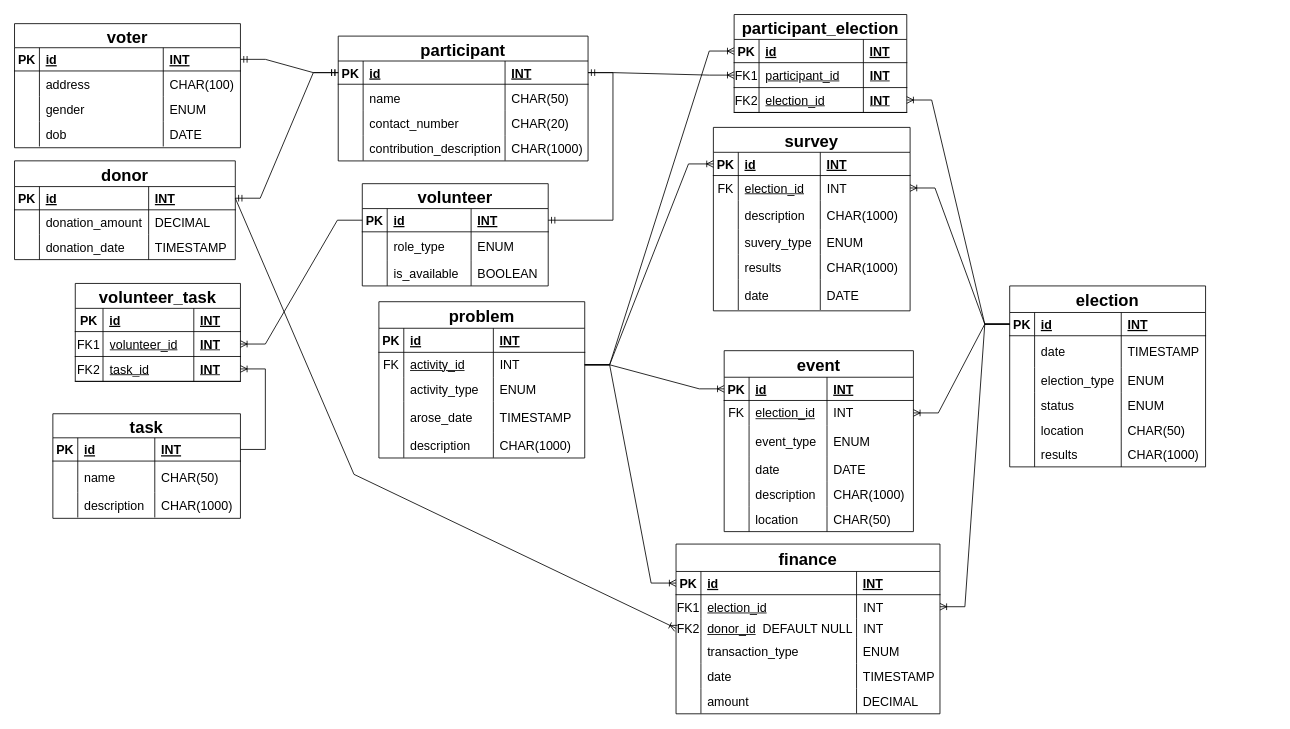
GiorgiEz/DB-modeling keeps this draw.io diagram as PoliticalCampaign.drawio. Above is the earlier version. Source tidied: cells renumbered, new cells numbered last; positions are measured from the earlier drawing's top-left corner, leaving out a move shared by most shapes. Both pictures are drawn from the tidied source at 83%, with x=0, y=0 at pixel (14, 14).
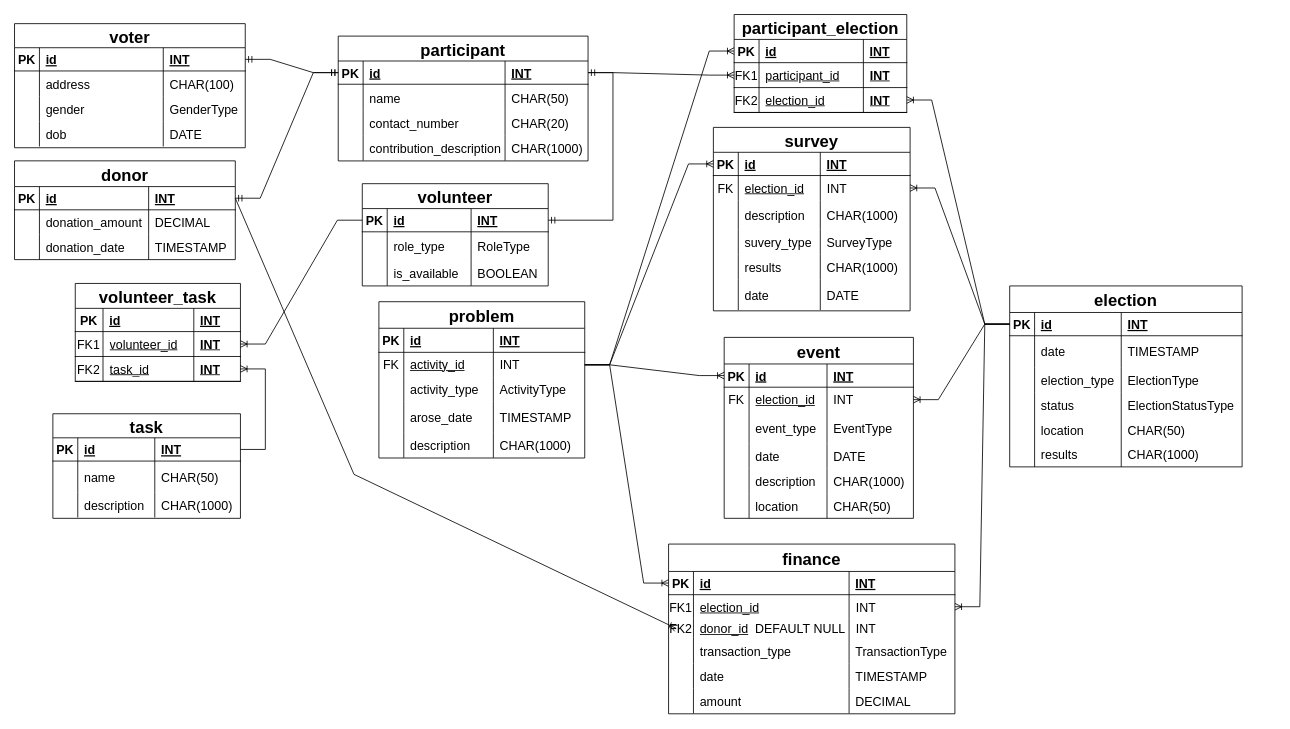
The same diagram, later.

Commit message:
specified enum types

The change refers to these unchanged cells:
```xml
<mxCell id="62" style="shape=partialRectangle;fillColor=none;top=0;left=0;right=0;bottom=0;" parent="57" vertex="1">
  <mxGeometry y="58" width="224" height="35" as="geometry" />
</mxCell>
<mxCell id="107" style="shape=partialRectangle;fillColor=none;top=0;left=0;right=0;bottom=0;" parent="98" vertex="1">
  <mxGeometry y="90" width="228" height="38" as="geometry" />
</mxCell>
<mxCell id="161" style="shape=tableRow;horizontal=0;startSize=0;swimlaneHead=0;swimlaneBody=0;fillColor=none;top=0;left=0;right=0;bottom=0;" parent="148" vertex="1">
  <mxGeometry y="123" width="237" height="30" as="geometry" />
</mxCell>
<mxCell id="221" style="shape=tableRow;horizontal=0;startSize=0;swimlaneHead=0;swimlaneBody=0;fillColor=none;top=0;left=0;right=0;bottom=0;" parent="212" vertex="1">
  <mxGeometry y="91" width="248" height="29" as="geometry" />
</mxCell>
```

Diff of the diagram source:
```diff
@@
     <mxCell id="2" value="election" style="shape=table;startSize=32;childLayout=tableLayout;rowLines=0;fontStyle=1;align=center;fillColor=#FFFFFF;strokeColor=#000000;fontSize=20;direction=east;flipH=0;flipV=0;" parent="1" vertex="1">
-      <mxGeometry x="1199" y="327" width="236" height="218" as="geometry" />
+      <mxGeometry x="1199" y="327" width="280" height="218" as="geometry" />
     </mxCell>
     <mxCell id="3" style="shape=partialRectangle;fillColor=none;points=[[0,0.5],[1,0.5]];portConstraint=eastwest;top=0;left=0;right=0;bottom=1;" parent="2" vertex="1">
-      <mxGeometry y="32" width="236" height="28" as="geometry" />
+      <mxGeometry y="32" width="280" height="28" as="geometry" />
     </mxCell>
@@
     <mxCell id="6" value="INT" style="shape=partialRectangle;overflow=hidden;fillColor=none;top=0;left=0;bottom=0;right=0;align=left;spacingLeft=6;fontStyle=5;fontSize=15;" parent="3" vertex="1">
-      <mxGeometry x="134.4" width="101.6" height="28" as="geometry" />
+      <mxGeometry x="134.4" width="145.6" height="28" as="geometry" />
     </mxCell>
     <mxCell id="7" style="shape=partialRectangle;fillColor=none;top=0;left=0;right=0;bottom=0;" parent="2" vertex="1">
-      <mxGeometry y="60" width="236" height="38" as="geometry" />
+      <mxGeometry y="60" width="280" height="38" as="geometry" />
     </mxCell>
@@
     <mxCell id="10" value="TIMESTAMP" style="shape=partialRectangle;overflow=hidden;fillColor=none;top=0;left=0;bottom=0;right=0;align=left;spacingLeft=6;fontColor=#000000;labelBackgroundColor=none;fontSize=15;" parent="7" vertex="1">
-      <mxGeometry x="134.4" width="101.6" height="38" as="geometry" />
+      <mxGeometry x="134.4" width="145.6" height="38" as="geometry" />
     </mxCell>
     <mxCell id="11" style="shape=tableRow;horizontal=0;startSize=0;swimlaneHead=0;swimlaneBody=0;fillColor=none;top=0;left=0;right=0;bottom=0;" parent="2" vertex="1">
-      <mxGeometry y="98" width="236" height="30" as="geometry" />
+      <mxGeometry y="98" width="280" height="30" as="geometry" />
     </mxCell>
@@
-    <mxCell id="14" value="ENUM" style="shape=partialRectangle;fillColor=none;top=0;left=0;bottom=0;right=0;align=left;spacingLeft=6;overflow=hidden;fontSize=15;" parent="11" vertex="1">
-      <mxGeometry x="134.4" width="101.6" height="30" as="geometry" />
+    <mxCell id="14" value="ElectionType" style="shape=partialRectangle;fillColor=none;top=0;left=0;bottom=0;right=0;align=left;spacingLeft=6;overflow=hidden;fontSize=15;" parent="11" vertex="1">
+      <mxGeometry x="134.4" width="145.6" height="30" as="geometry" />
     </mxCell>
     <mxCell id="15" style="shape=tableRow;horizontal=0;startSize=0;swimlaneHead=0;swimlaneBody=0;fillColor=none;top=0;left=0;right=0;bottom=0;" parent="2" vertex="1">
-      <mxGeometry y="128" width="236" height="30" as="geometry" />
+      <mxGeometry y="128" width="280" height="30" as="geometry" />
     </mxCell>
@@
-    <mxCell id="18" value="ENUM" style="shape=partialRectangle;fillColor=none;top=0;left=0;bottom=0;right=0;align=left;spacingLeft=6;overflow=hidden;fontSize=15;" parent="15" vertex="1">
-      <mxGeometry x="134.4" width="101.6" height="30" as="geometry" />
+    <mxCell id="18" value="ElectionStatusType" style="shape=partialRectangle;fillColor=none;top=0;left=0;bottom=0;right=0;align=left;spacingLeft=6;overflow=hidden;fontSize=15;" parent="15" vertex="1">
+      <mxGeometry x="134.4" width="145.6" height="30" as="geometry" />
     </mxCell>
     <mxCell id="19" style="shape=tableRow;horizontal=0;startSize=0;swimlaneHead=0;swimlaneBody=0;fillColor=none;top=0;left=0;right=0;bottom=0;" parent="2" vertex="1">
-      <mxGeometry y="158" width="236" height="30" as="geometry" />
+      <mxGeometry y="158" width="280" height="30" as="geometry" />
     </mxCell>
@@
     <mxCell id="22" value="CHAR(50)" style="shape=partialRectangle;fillColor=none;top=0;left=0;bottom=0;right=0;align=left;spacingLeft=6;overflow=hidden;fontSize=15;" parent="19" vertex="1">
-      <mxGeometry x="134.4" width="101.6" height="30" as="geometry" />
+      <mxGeometry x="134.4" width="145.6" height="30" as="geometry" />
     </mxCell>
     <mxCell id="23" style="shape=tableRow;horizontal=0;startSize=0;swimlaneHead=0;swimlaneBody=0;fillColor=none;top=0;left=0;right=0;bottom=0;" parent="2" vertex="1">
-      <mxGeometry y="188" width="236" height="30" as="geometry" />
+      <mxGeometry y="188" width="280" height="30" as="geometry" />
     </mxCell>
@@
     <mxCell id="26" value="CHAR(1000)" style="shape=partialRectangle;fillColor=none;top=0;left=0;bottom=0;right=0;align=left;spacingLeft=6;overflow=hidden;fontSize=15;" parent="23" vertex="1">
-      <mxGeometry x="134.4" width="101.6" height="30" as="geometry" />
+      <mxGeometry x="134.4" width="145.6" height="30" as="geometry" />
     </mxCell>
     <mxCell id="27" value="voter" style="shape=table;startSize=29;childLayout=tableLayout;rowLines=0;fontStyle=1;align=center;fillColor=#FFFFFF;strokeColor=#000000;fontSize=20;direction=east;flipH=0;flipV=0;" parent="1" vertex="1">
-      <mxGeometry y="11" width="272.2" height="149.5" as="geometry" />
+      <mxGeometry y="11" width="278" height="149.5" as="geometry" />
     </mxCell>
     <mxCell id="28" style="shape=partialRectangle;fillColor=none;points=[[0,0.5],[1,0.5]];portConstraint=eastwest;top=0;left=0;right=0;bottom=1;" parent="27" vertex="1">
-      <mxGeometry y="29" width="272.2" height="28" as="geometry" />
+      <mxGeometry y="29" width="278" height="28" as="geometry" />
     </mxCell>
@@
     <mxCell id="31" value="INT" style="shape=partialRectangle;overflow=hidden;fillColor=none;top=0;left=0;bottom=0;right=0;align=left;spacingLeft=6;fontStyle=5;fontSize=15;" parent="28" vertex="1">
-      <mxGeometry x="179.2" width="93" height="28" as="geometry" />
+      <mxGeometry x="179.2" width="98.8" height="28" as="geometry" />
     </mxCell>
     <mxCell id="32" style="shape=tableRow;horizontal=0;startSize=0;swimlaneHead=0;swimlaneBody=0;fillColor=none;top=0;left=0;right=0;bottom=0;" parent="27" vertex="1">
-      <mxGeometry y="57" width="272.2" height="31" as="geometry" />
+      <mxGeometry y="57" width="278" height="31" as="geometry" />
     </mxCell>
@@
     <mxCell id="35" value="CHAR(100)" style="shape=partialRectangle;fillColor=none;top=0;left=0;bottom=0;right=0;align=left;spacingLeft=6;overflow=hidden;fontSize=15;" parent="32" vertex="1">
-      <mxGeometry x="179.2" width="93" height="31" as="geometry" />
+      <mxGeometry x="179.2" width="98.8" height="31" as="geometry" />
     </mxCell>
     <mxCell id="36" style="shape=tableRow;horizontal=0;startSize=0;swimlaneHead=0;swimlaneBody=0;fillColor=none;top=0;left=0;right=0;bottom=0;" parent="27" vertex="1">
-      <mxGeometry y="88" width="272.2" height="30" as="geometry" />
+      <mxGeometry y="88" width="278" height="30" as="geometry" />
     </mxCell>
@@
-    <mxCell id="39" value="ENUM" style="shape=partialRectangle;fillColor=none;top=0;left=0;bottom=0;right=0;align=left;spacingLeft=6;overflow=hidden;fontSize=15;" parent="36" vertex="1">
-      <mxGeometry x="179.2" width="93" height="30" as="geometry" />
+    <mxCell id="39" value="GenderType" style="shape=partialRectangle;fillColor=none;top=0;left=0;bottom=0;right=0;align=left;spacingLeft=6;overflow=hidden;fontSize=15;" parent="36" vertex="1">
+      <mxGeometry x="179.2" width="98.8" height="30" as="geometry" />
     </mxCell>
     <mxCell id="40" style="shape=tableRow;horizontal=0;startSize=0;swimlaneHead=0;swimlaneBody=0;fillColor=none;top=0;left=0;right=0;bottom=0;" parent="27" vertex="1">
-      <mxGeometry y="118" width="272.2" height="30" as="geometry" />
+      <mxGeometry y="118" width="278" height="30" as="geometry" />
     </mxCell>
@@
     <mxCell id="43" value="DATE" style="shape=partialRectangle;fillColor=none;top=0;left=0;bottom=0;right=0;align=left;spacingLeft=6;overflow=hidden;fontSize=15;" parent="40" vertex="1">
-      <mxGeometry x="179.2" width="93" height="30" as="geometry" />
+      <mxGeometry x="179.2" width="98.8" height="30" as="geometry" />
     </mxCell>
@@
-    <mxCell id="65" value="ENUM" style="shape=partialRectangle;overflow=hidden;fillColor=none;top=0;left=0;bottom=0;right=0;align=left;spacingLeft=6;fontColor=#000000;labelBackgroundColor=none;fontSize=15;" parent="62" vertex="1">
+    <mxCell id="65" value="RoleType" style="shape=partialRectangle;overflow=hidden;fillColor=none;top=0;left=0;bottom=0;right=0;align=left;spacingLeft=6;fontColor=#000000;labelBackgroundColor=none;fontSize=15;" parent="62" vertex="1">
       <mxGeometry x="131.1" width="92.9" height="35" as="geometry" />
     </mxCell>
@@
     <mxCell id="98" value="event" style="shape=table;startSize=32;childLayout=tableLayout;rowLines=0;fontStyle=1;align=center;fillColor=#FFFFFF;strokeColor=#000000;fontSize=20;direction=east;flipH=0;flipV=0;" parent="1" vertex="1">
-      <mxGeometry x="855" y="405" width="228" height="218" as="geometry" />
+      <mxGeometry x="855" y="389" width="228" height="218" as="geometry" />
     </mxCell>
@@
-    <mxCell id="110" value="ENUM" style="shape=partialRectangle;overflow=hidden;fillColor=none;top=0;left=0;bottom=0;right=0;align=left;spacingLeft=6;fontColor=#000000;labelBackgroundColor=none;fontSize=15;" parent="107" vertex="1">
+    <mxCell id="110" value="EventType" style="shape=partialRectangle;overflow=hidden;fillColor=none;top=0;left=0;bottom=0;right=0;align=left;spacingLeft=6;fontColor=#000000;labelBackgroundColor=none;fontSize=15;" parent="107" vertex="1">
       <mxGeometry x="123.9" width="104.1" height="38" as="geometry" />
     </mxCell>
@@
     <mxCell id="123" value="finance" style="shape=table;startSize=33;childLayout=tableLayout;rowLines=0;fontStyle=1;align=center;fillColor=#FFFFFF;strokeColor=#000000;fontSize=20;direction=east;flipH=0;flipV=0;" parent="1" vertex="1">
-      <mxGeometry x="797" y="638" width="318" height="204.5" as="geometry" />
+      <mxGeometry x="788" y="638" width="345" height="204.5" as="geometry" />
     </mxCell>
     <mxCell id="124" style="shape=partialRectangle;fillColor=none;points=[[0,0.5],[1,0.5]];portConstraint=eastwest;top=0;left=0;right=0;bottom=1;" parent="123" vertex="1">
-      <mxGeometry y="33" width="318" height="28" as="geometry" />
+      <mxGeometry y="33" width="345" height="28" as="geometry" />
     </mxCell>
@@
     <mxCell id="127" value="INT" style="shape=partialRectangle;overflow=hidden;fillColor=none;top=0;left=0;bottom=0;right=0;align=left;spacingLeft=6;fontStyle=5;fontSize=15;" parent="124" vertex="1">
-      <mxGeometry x="217.5" width="100.5" height="28" as="geometry" />
+      <mxGeometry x="217.5" width="127.5" height="28" as="geometry" />
     </mxCell>
     <mxCell id="128" style="shape=tableRow;horizontal=0;startSize=0;swimlaneHead=0;swimlaneBody=0;fillColor=none;points=[[0,0.5],[1,0.5]];portConstraint=eastwest;top=0;left=0;right=0;bottom=0;" parent="123" vertex="1">
-      <mxGeometry y="61" width="318" height="29" as="geometry" />
+      <mxGeometry y="61" width="345" height="29" as="geometry" />
     </mxCell>
@@
     <mxCell id="131" value="&lt;font style=&quot;font-size: 15px;&quot;&gt;INT&lt;/font&gt;" style="shape=partialRectangle;fillColor=none;top=0;left=0;bottom=0;right=0;align=left;spacingLeft=6;fontStyle=0;overflow=hidden;whiteSpace=wrap;html=1;fontSize=15;" parent="128" vertex="1">
-      <mxGeometry x="217.5" width="100.5" height="29" as="geometry" />
+      <mxGeometry x="217.5" width="127.5" height="29" as="geometry" />
     </mxCell>
     <mxCell id="132" style="shape=tableRow;horizontal=0;startSize=0;swimlaneHead=0;swimlaneBody=0;fillColor=none;top=0;left=0;right=0;bottom=0;fontStyle=4;" parent="123" vertex="1">
-      <mxGeometry y="90" width="318" height="23" as="geometry" />
+      <mxGeometry y="90" width="345" height="23" as="geometry" />
     </mxCell>
@@
     <mxCell id="135" value="&lt;font style=&quot;font-size: 15px;&quot;&gt;INT&lt;/font&gt;" style="shape=partialRectangle;fillColor=none;top=0;left=0;bottom=0;right=0;align=left;spacingLeft=6;fontStyle=0;overflow=hidden;whiteSpace=wrap;html=1;fontSize=15;" parent="132" vertex="1">
-      <mxGeometry x="217.5" width="100.5" height="23" as="geometry" />
+      <mxGeometry x="217.5" width="127.5" height="23" as="geometry" />
     </mxCell>
     <mxCell id="136" style="shape=partialRectangle;fillColor=none;top=0;left=0;right=0;bottom=0;" parent="123" vertex="1">
-      <mxGeometry y="113" width="318" height="31" as="geometry" />
+      <mxGeometry y="113" width="345" height="31" as="geometry" />
     </mxCell>
@@
-    <mxCell id="139" value="ENUM" style="shape=partialRectangle;overflow=hidden;fillColor=none;top=0;left=0;bottom=0;right=0;align=left;spacingLeft=6;fontColor=#000000;labelBackgroundColor=none;fontSize=15;" parent="136" vertex="1">
-      <mxGeometry x="217.5" width="100.5" height="31" as="geometry" />
+    <mxCell id="139" value="TransactionType" style="shape=partialRectangle;overflow=hidden;fillColor=none;top=0;left=0;bottom=0;right=0;align=left;spacingLeft=6;fontColor=#000000;labelBackgroundColor=none;fontSize=15;" parent="136" vertex="1">
+      <mxGeometry x="217.5" width="127.5" height="31" as="geometry" />
     </mxCell>
     <mxCell id="140" style="shape=tableRow;horizontal=0;startSize=0;swimlaneHead=0;swimlaneBody=0;fillColor=none;top=0;left=0;right=0;bottom=0;" parent="123" vertex="1">
-      <mxGeometry y="144" width="318" height="30" as="geometry" />
+      <mxGeometry y="144" width="345" height="30" as="geometry" />
     </mxCell>
@@
     <mxCell id="143" value="TIMESTAMP" style="shape=partialRectangle;fillColor=none;top=0;left=0;bottom=0;right=0;align=left;spacingLeft=6;overflow=hidden;fontSize=15;" parent="140" vertex="1">
-      <mxGeometry x="217.5" width="100.5" height="30" as="geometry" />
+      <mxGeometry x="217.5" width="127.5" height="30" as="geometry" />
     </mxCell>
     <mxCell id="144" style="shape=tableRow;horizontal=0;startSize=0;swimlaneHead=0;swimlaneBody=0;fillColor=none;top=0;left=0;right=0;bottom=0;" parent="123" vertex="1">
-      <mxGeometry y="174" width="318" height="30" as="geometry" />
+      <mxGeometry y="174" width="345" height="30" as="geometry" />
     </mxCell>
@@
     <mxCell id="147" value="DECIMAL" style="shape=partialRectangle;fillColor=none;top=0;left=0;bottom=0;right=0;align=left;spacingLeft=6;overflow=hidden;fontSize=15;" parent="144" vertex="1">
-      <mxGeometry x="217.5" width="100.5" height="30" as="geometry" />
+      <mxGeometry x="217.5" width="127.5" height="30" as="geometry" />
     </mxCell>
@@
-    <mxCell id="164" value="ENUM" style="shape=partialRectangle;fillColor=none;top=0;left=0;bottom=0;right=0;align=left;spacingLeft=6;overflow=hidden;fontSize=15;" parent="161" vertex="1">
+    <mxCell id="164" value="SurveyType" style="shape=partialRectangle;fillColor=none;top=0;left=0;bottom=0;right=0;align=left;spacingLeft=6;overflow=hidden;fontSize=15;" parent="161" vertex="1">
       <mxGeometry x="128.8" width="108.2" height="30" as="geometry" />
     </mxCell>
@@
-    <mxCell id="224" value="ENUM" style="shape=partialRectangle;fillColor=none;top=0;left=0;bottom=0;right=0;align=left;spacingLeft=6;overflow=hidden;fontSize=15;" parent="221" vertex="1">
+    <mxCell id="224" value="ActivityType" style="shape=partialRectangle;fillColor=none;top=0;left=0;bottom=0;right=0;align=left;spacingLeft=6;overflow=hidden;fontSize=15;" parent="221" vertex="1">
       <mxGeometry x="137.9" width="110.1" height="29" as="geometry" />
     </mxCell>
```
